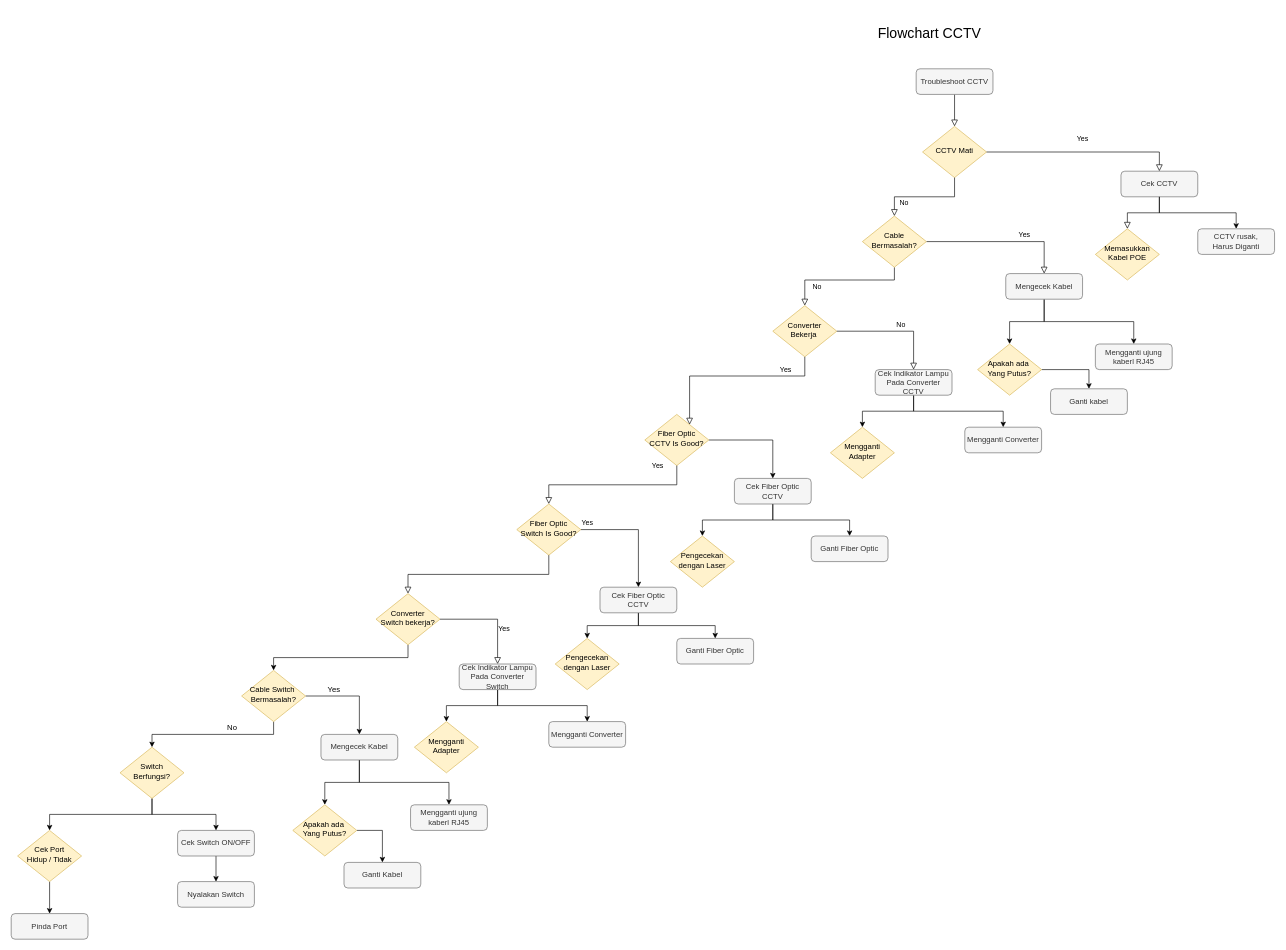
This is Untitled Diagram.drawio from ivietwill/ujian, a draw.io file, before an edit. Source tidied: cells renumbered, new cells numbered last; positions are measured from the earlier drawing's top-left corner, leaving out a move shared by most shapes. Both pictures are drawn from the tidied source at 64%, with x=0, y=0 at pixel (11, 11).
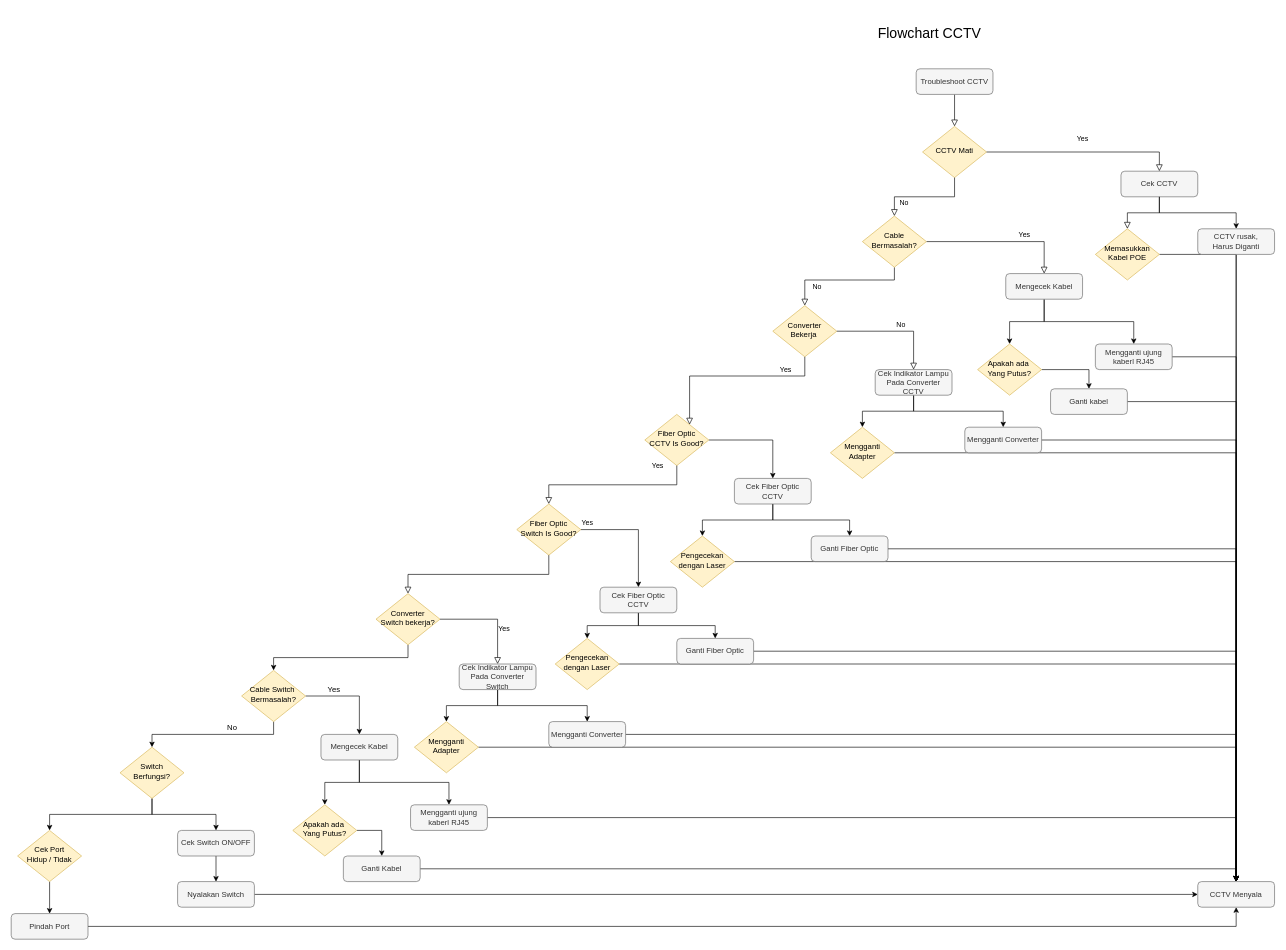
The same diagram, later.

Unchanged cells that the change refers to:
```xml
<mxCell id="24" value="Memasukkan Kabel POE" style="rhombus;whiteSpace=wrap;html=1;shadow=0;fontFamily=Helvetica;fontSize=12;align=center;strokeWidth=1;spacing=6;spacingTop=-4;fillColor=#fff2cc;strokeColor=#d6b656;" parent="1" vertex="1">
  <mxGeometry x="1694" y="340" width="100" height="80" as="geometry" />
</mxCell>
<mxCell id="31" value="Mengganti ujung kaberl RJ45" style="rounded=1;whiteSpace=wrap;html=1;fontSize=12;glass=0;strokeWidth=1;shadow=0;fillColor=#f5f5f5;strokeColor=#666666;fontColor=#333333;" parent="1" vertex="1">
  <mxGeometry x="1694" y="520" width="120" height="40" as="geometry" />
</mxCell>
<mxCell id="32" value="CCTV rusak,&lt;br&gt;Harus Diganti" style="rounded=1;whiteSpace=wrap;html=1;fontSize=12;glass=0;strokeWidth=1;shadow=0;fillColor=#f5f5f5;strokeColor=#666666;fontColor=#333333;" parent="1" vertex="1">
  <mxGeometry x="1854" y="340" width="120" height="40" as="geometry" />
</mxCell>
<mxCell id="33" value="Mengganti Adapter" style="rhombus;whiteSpace=wrap;html=1;shadow=0;fontFamily=Helvetica;fontSize=12;align=center;strokeWidth=1;spacing=6;spacingTop=-4;fillColor=#fff2cc;strokeColor=#d6b656;" parent="1" vertex="1">
  <mxGeometry x="1280" y="650" width="100" height="80" as="geometry" />
</mxCell>
<mxCell id="34" value="Mengganti Converter" style="rounded=1;whiteSpace=wrap;html=1;fontSize=12;glass=0;strokeWidth=1;shadow=0;fillColor=#f5f5f5;strokeColor=#666666;fontColor=#333333;" parent="1" vertex="1">
  <mxGeometry x="1490" y="650" width="120" height="40" as="geometry" />
</mxCell>
<mxCell id="39" value="Pengecekan dengan Laser" style="rhombus;whiteSpace=wrap;html=1;shadow=0;fontFamily=Helvetica;fontSize=12;align=center;strokeWidth=1;spacing=6;spacingTop=-4;fillColor=#fff2cc;strokeColor=#d6b656;" parent="1" vertex="1">
  <mxGeometry x="1030" y="820" width="100" height="80" as="geometry" />
</mxCell>
<mxCell id="40" value="Ganti Fiber Optic" style="rounded=1;whiteSpace=wrap;html=1;fontSize=12;glass=0;strokeWidth=1;shadow=0;fillColor=#f5f5f5;strokeColor=#666666;fontColor=#333333;" parent="1" vertex="1">
  <mxGeometry x="1250" y="820" width="120" height="40" as="geometry" />
</mxCell>
<mxCell id="47" value="Pengecekan dengan Laser" style="rhombus;whiteSpace=wrap;html=1;shadow=0;fontFamily=Helvetica;fontSize=12;align=center;strokeWidth=1;spacing=6;spacingTop=-4;fillColor=#fff2cc;strokeColor=#d6b656;" parent="1" vertex="1">
  <mxGeometry x="850" y="980" width="100" height="80" as="geometry" />
</mxCell>
<mxCell id="48" value="Ganti Fiber Optic" style="rounded=1;whiteSpace=wrap;html=1;fontSize=12;glass=0;strokeWidth=1;shadow=0;fillColor=#f5f5f5;strokeColor=#666666;fontColor=#333333;" parent="1" vertex="1">
  <mxGeometry x="1040" y="980" width="120" height="40" as="geometry" />
</mxCell>
<mxCell id="53" value="Mengganti Adapter" style="rhombus;whiteSpace=wrap;html=1;shadow=0;fontFamily=Helvetica;fontSize=12;align=center;strokeWidth=1;spacing=6;spacingTop=-4;fillColor=#fff2cc;strokeColor=#d6b656;" parent="1" vertex="1">
  <mxGeometry x="630" y="1110" width="100" height="80" as="geometry" />
</mxCell>
<mxCell id="54" value="Mengganti Converter" style="rounded=1;whiteSpace=wrap;html=1;fontSize=12;glass=0;strokeWidth=1;shadow=0;fillColor=#f5f5f5;strokeColor=#666666;fontColor=#333333;" parent="1" vertex="1">
  <mxGeometry x="840" y="1110" width="120" height="40" as="geometry" />
</mxCell>
<mxCell id="63" value="Mengganti ujung kaberl RJ45" style="rounded=1;whiteSpace=wrap;html=1;fontSize=12;glass=0;strokeWidth=1;shadow=0;fillColor=#f5f5f5;strokeColor=#666666;fontColor=#333333;" parent="1" vertex="1">
  <mxGeometry x="624" y="1240" width="120" height="40" as="geometry" />
</mxCell>
<mxCell id="64" value="Ganti kabel" style="rounded=1;whiteSpace=wrap;html=1;fontSize=12;glass=0;strokeWidth=1;shadow=0;fillColor=#f5f5f5;strokeColor=#666666;fontColor=#333333;" parent="1" vertex="1">
  <mxGeometry x="1624" y="590" width="120" height="40" as="geometry" />
</mxCell>
<mxCell id="74" value="Nyalakan Switch" style="rounded=1;whiteSpace=wrap;html=1;fontSize=12;glass=0;strokeWidth=1;shadow=0;fillColor=#f5f5f5;strokeColor=#666666;fontColor=#333333;" parent="1" vertex="1">
  <mxGeometry x="260" y="1360" width="120" height="40" as="geometry" />
</mxCell>
```

What changed in the source:
```diff
@@
+    <mxCell id="76" style="edgeStyle=orthogonalEdgeStyle;rounded=0;jettySize=auto;html=1;exitX=1;exitY=0.5;exitDx=0;exitDy=0;entryX=0.5;entryY=0;entryDx=0;entryDy=0;" parent="1" edge="1" source="24" target="92">
+      <mxGeometry relative="1" as="geometry" />
+    </mxCell>
@@
+    <mxCell id="77" style="edgeStyle=orthogonalEdgeStyle;rounded=0;jettySize=auto;html=1;exitX=1;exitY=0.5;exitDx=0;exitDy=0;entryX=0.5;entryY=0;entryDx=0;entryDy=0;" parent="1" edge="1" source="31" target="92">
+      <mxGeometry relative="1" as="geometry" />
+    </mxCell>
@@
+    <mxCell id="78" style="edgeStyle=orthogonalEdgeStyle;rounded=0;jettySize=auto;html=1;exitX=0.5;exitY=1;exitDx=0;exitDy=0;entryX=0.5;entryY=0;entryDx=0;entryDy=0;" parent="1" edge="1" source="32" target="92">
+      <mxGeometry relative="1" as="geometry" />
+    </mxCell>
@@
+    <mxCell id="79" style="edgeStyle=orthogonalEdgeStyle;rounded=0;jettySize=auto;html=1;exitX=1;exitY=0.5;exitDx=0;exitDy=0;entryX=0.5;entryY=0;entryDx=0;entryDy=0;" parent="1" edge="1" source="33" target="92">
+      <mxGeometry relative="1" as="geometry" />
+    </mxCell>
@@
+    <mxCell id="80" style="edgeStyle=orthogonalEdgeStyle;rounded=0;jettySize=auto;html=1;exitX=1;exitY=0.5;exitDx=0;exitDy=0;entryX=0.5;entryY=0;entryDx=0;entryDy=0;" parent="1" edge="1" source="34" target="92">
+      <mxGeometry relative="1" as="geometry" />
+    </mxCell>
@@
+    <mxCell id="81" style="edgeStyle=orthogonalEdgeStyle;rounded=0;jettySize=auto;html=1;exitX=1;exitY=0.5;exitDx=0;exitDy=0;entryX=0.5;entryY=0;entryDx=0;entryDy=0;" parent="1" edge="1" source="39" target="92">
+      <mxGeometry relative="1" as="geometry" />
+    </mxCell>
@@
+    <mxCell id="82" style="edgeStyle=orthogonalEdgeStyle;rounded=0;jettySize=auto;html=1;exitX=1;exitY=0.5;exitDx=0;exitDy=0;entryX=0.5;entryY=0;entryDx=0;entryDy=0;" parent="1" edge="1" source="40" target="92">
+      <mxGeometry relative="1" as="geometry" />
+    </mxCell>
@@
+    <mxCell id="83" style="edgeStyle=orthogonalEdgeStyle;rounded=0;jettySize=auto;html=1;exitX=1;exitY=0.5;exitDx=0;exitDy=0;entryX=0.5;entryY=0;entryDx=0;entryDy=0;" parent="1" edge="1" source="47" target="92">
+      <mxGeometry relative="1" as="geometry" />
+    </mxCell>
@@
+    <mxCell id="84" style="edgeStyle=orthogonalEdgeStyle;rounded=0;jettySize=auto;html=1;exitX=1;exitY=0.5;exitDx=0;exitDy=0;entryX=0.5;entryY=0;entryDx=0;entryDy=0;" parent="1" edge="1" source="48" target="92">
+      <mxGeometry relative="1" as="geometry" />
+    </mxCell>
@@
+    <mxCell id="85" style="edgeStyle=orthogonalEdgeStyle;rounded=0;jettySize=auto;html=1;exitX=1;exitY=0.5;exitDx=0;exitDy=0;entryX=0.5;entryY=0;entryDx=0;entryDy=0;" parent="1" edge="1" source="53" target="92">
+      <mxGeometry relative="1" as="geometry" />
+    </mxCell>
@@
+    <mxCell id="86" style="edgeStyle=orthogonalEdgeStyle;rounded=0;jettySize=auto;html=1;exitX=1;exitY=0.5;exitDx=0;exitDy=0;entryX=0.5;entryY=0;entryDx=0;entryDy=0;" parent="1" edge="1" source="54" target="92">
+      <mxGeometry relative="1" as="geometry" />
+    </mxCell>
@@
+    <mxCell id="87" style="edgeStyle=orthogonalEdgeStyle;rounded=0;jettySize=auto;html=1;exitX=1;exitY=0.5;exitDx=0;exitDy=0;entryX=0.5;entryY=0;entryDx=0;entryDy=0;" parent="1" edge="1" source="63" target="92">
+      <mxGeometry relative="1" as="geometry" />
+    </mxCell>
@@
+    <mxCell id="88" style="edgeStyle=orthogonalEdgeStyle;rounded=0;jettySize=auto;html=1;exitX=1;exitY=0.5;exitDx=0;exitDy=0;entryX=0.5;entryY=0;entryDx=0;entryDy=0;" parent="1" edge="1" source="64" target="92">
+      <mxGeometry relative="1" as="geometry" />
+    </mxCell>
@@
+    <mxCell id="89" style="edgeStyle=orthogonalEdgeStyle;rounded=0;jettySize=auto;html=1;exitX=1;exitY=0.5;exitDx=0;exitDy=0;entryX=0.5;entryY=0;entryDx=0;entryDy=0;" parent="1" edge="1" source="65" target="92">
+      <mxGeometry relative="1" as="geometry" />
+    </mxCell>
     <mxCell id="65" value="Ganti Kabel" style="rounded=1;whiteSpace=wrap;html=1;fontSize=12;glass=0;strokeWidth=1;shadow=0;fillColor=#f5f5f5;strokeColor=#666666;fontColor=#333333;" parent="1" vertex="1">
-      <mxGeometry x="520" y="1330" width="120" height="40" as="geometry" />
+      <mxGeometry x="519" y="1320" width="120" height="40" as="geometry" />
     </mxCell>
@@
+    <mxCell id="90" style="edgeStyle=orthogonalEdgeStyle;rounded=0;jettySize=auto;html=1;exitX=1;exitY=0.5;exitDx=0;exitDy=0;entryX=0.5;entryY=1;entryDx=0;entryDy=0;" parent="1" edge="1" source="73" target="92">
+      <mxGeometry relative="1" as="geometry" />
+    </mxCell>
-    <mxCell id="73" value="Pinda Port" style="rounded=1;whiteSpace=wrap;html=1;fontSize=12;glass=0;strokeWidth=1;shadow=0;fillColor=#f5f5f5;strokeColor=#666666;fontColor=#333333;" parent="1" vertex="1">
+    <mxCell id="73" value="Pindah Port" style="rounded=1;whiteSpace=wrap;html=1;fontSize=12;glass=0;strokeWidth=1;shadow=0;fillColor=#f5f5f5;strokeColor=#666666;fontColor=#333333;" parent="1" vertex="1">
       <mxGeometry y="1410" width="120" height="40" as="geometry" />
     </mxCell>
+    <mxCell id="91" style="edgeStyle=orthogonalEdgeStyle;rounded=0;jettySize=auto;html=1;exitX=1;exitY=0.5;exitDx=0;exitDy=0;entryX=0;entryY=0.5;entryDx=0;entryDy=0;" parent="1" edge="1" source="74" target="92">
+      <mxGeometry relative="1" as="geometry" />
+    </mxCell>
@@
+    <mxCell id="92" value="CCTV Menyala" style="rounded=1;whiteSpace=wrap;html=1;fontSize=12;glass=0;strokeWidth=1;shadow=0;fillColor=#f5f5f5;strokeColor=#666666;fontColor=#333333;" parent="1" vertex="1">
+      <mxGeometry x="1854" y="1360" width="120" height="40" as="geometry" />
+    </mxCell>
```
